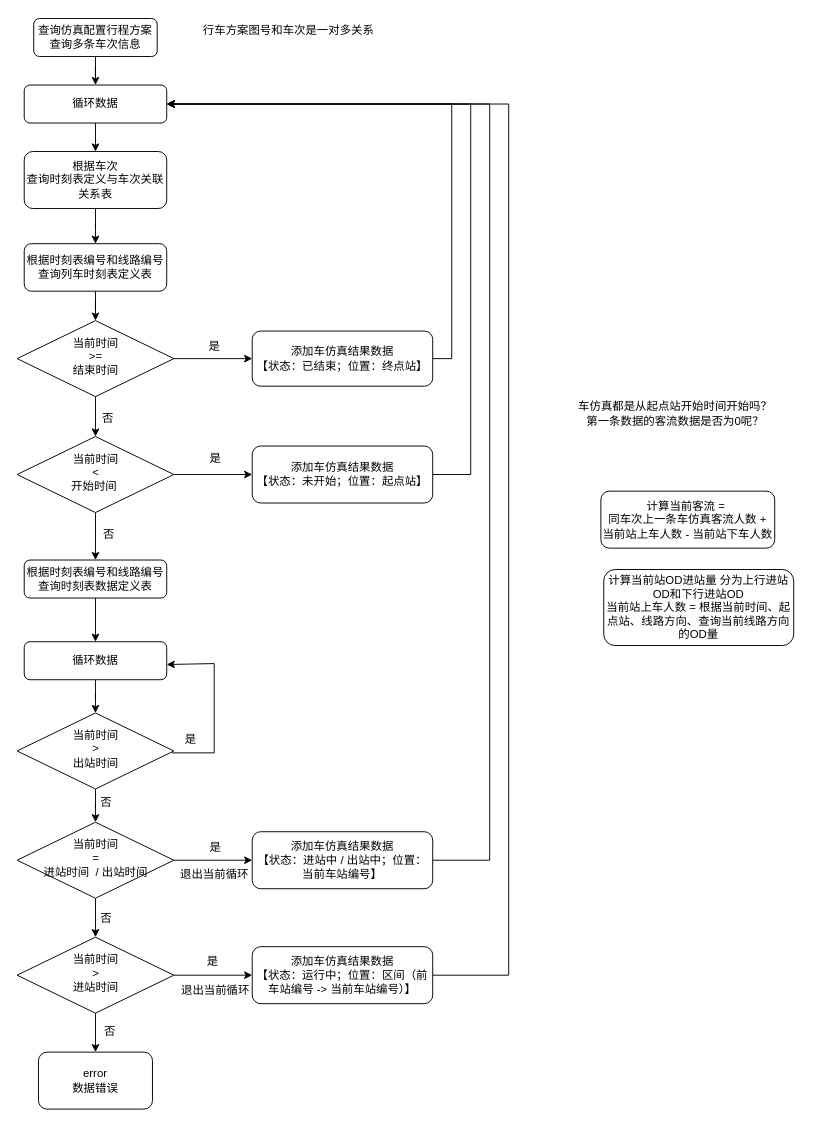
Before: 地铁车仿真.drawio in happysmile-xiong/Blog-Sample, a draw.io diagram. Source tidied: cells renumbered, new cells numbered last; positions are measured from the earlier drawing's top-left corner, leaving out a move shared by most shapes. Both pictures are drawn from the tidied source at 95%, with x=0, y=0 at pixel (16, 16).
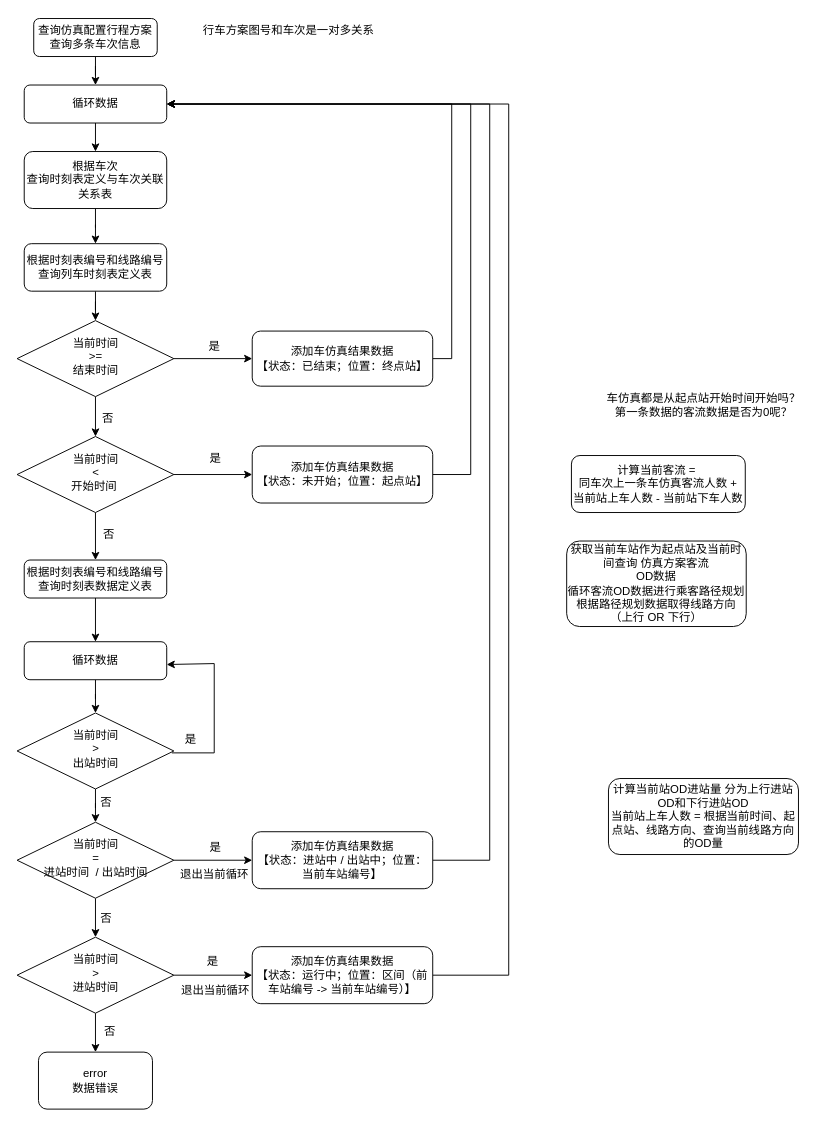
The same page after the edit.

Commit message:
更新地铁车仿真.drawio

Diff of the diagram source:
```diff
@@
     <mxCell id="50" value="计算当前客流 =&amp;nbsp;&lt;br&gt;同车次上一条车仿真客流人数 + 当前站上车人数 - 当前站下车人数" style="rounded=1;whiteSpace=wrap;html=1;" parent="1" vertex="1">
-      <mxGeometry x="615" y="499.5" width="183" height="60" as="geometry" />
+      <mxGeometry x="584" y="462" width="183" height="60" as="geometry" />
     </mxCell>
     <mxCell id="51" value="计算当前站OD进站量 分为上行进站OD和下行进站OD&lt;br&gt;当前站上车人数 = 根据当前时间、起点站、线路方向、查询当前线路方向的OD量" style="rounded=1;whiteSpace=wrap;html=1;" parent="1" vertex="1">
-      <mxGeometry x="618" y="582" width="200" height="80" as="geometry" />
+      <mxGeometry x="623" y="802" width="200" height="80" as="geometry" />
     </mxCell>
     <mxCell id="52" value="车仿真都是从起点站开始时间开始吗？&lt;br&gt;第一条数据的客流数据是否为0呢？" style="text;html=1;align=center;verticalAlign=middle;strokeColor=none;fillColor=none;" parent="1" vertex="1">
-      <mxGeometry x="578" y="398" width="230" height="40" as="geometry" />
+      <mxGeometry x="608" y="389" width="230" height="40" as="geometry" />
     </mxCell>
@@
+    <mxCell id="54" value="获取当前车站作为起点站及当前时间查询 仿真方案客流&lt;br&gt;OD数据&lt;br&gt;循环客流OD数据进行乘客路径规划&lt;br&gt;根据路径规划数据取得线路方向（上行 OR 下行）" style="rounded=1;whiteSpace=wrap;html=1;" parent="1" vertex="1">
+      <mxGeometry x="579" y="552" width="189" height="90" as="geometry" />
+    </mxCell>
```
